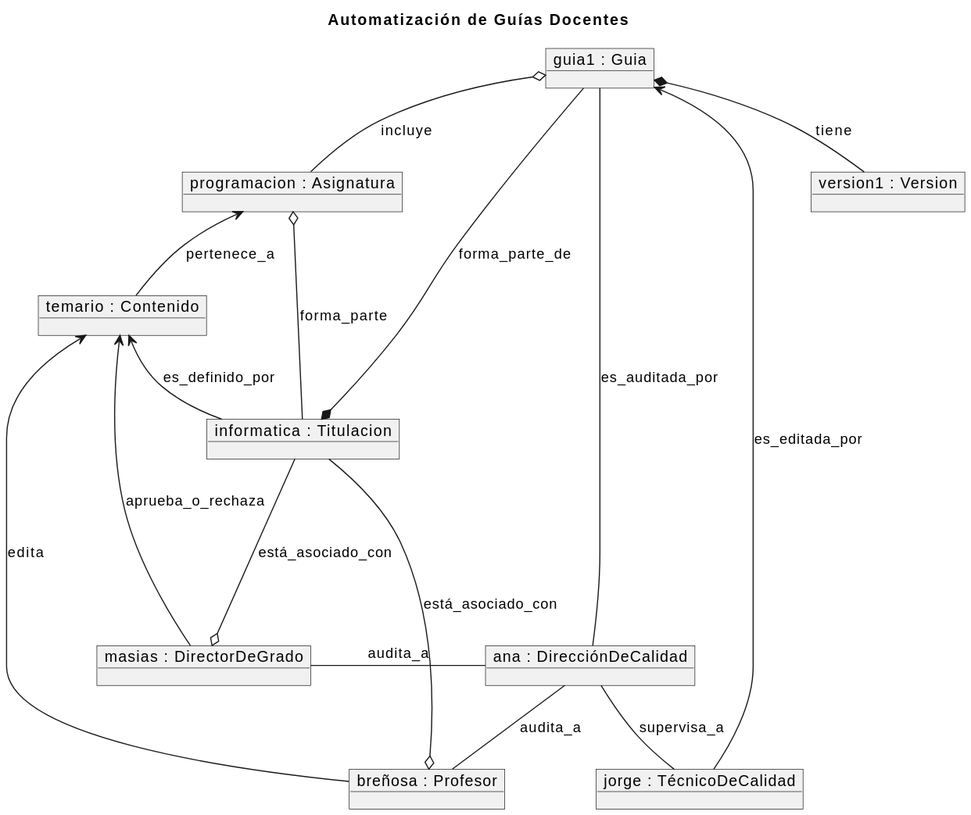
Before: images/modelosUML/DiagramaObjetos.svg, a diagram exported from PlantUML (mmasias/24-25-IdSw1-SDR). The source it was exported from:
```plantuml
@startuml
title Automatización de Guías Docentes

object "guia1 : Guia" as guia1
object "ana : DirecciónDeCalidad" as ana
object "jorge : TécnicoDeCalidad" as jorge
object "breñosa : Profesor" as breñosa
object "masias : DirectorDeGrado" as masias
object "temario : Contenido" as temario
object "informatica : Titulacion" as informatica
object "programacion : Asignatura" as programacion
object "version1 : Version" as version1

guia1 --* informatica : "forma_parte_de"
guia1 o-- programacion : "incluye"

programacion <-down- temario : "pertenece_a"
programacion o-down- informatica : "forma_parte"

guia1 -down- ana : "es_auditada_por"
guia1 <-down- jorge : "es_editada_por"
guia1 *-down- version1 : "tiene"

temario <-- informatica : "es_definido_por"

ana -- jorge : "supervisa_a"
ana -- breñosa : "audita_a"
ana -l-- masias : "audita_a"

breñosa o-up-- informatica : "está_asociado_con"
masias o-up-- informatica : "está_asociado_con"

temario <- masias : "aprueba_o_rechaza"
temario <-- breñosa : "edita"
@enduml
```
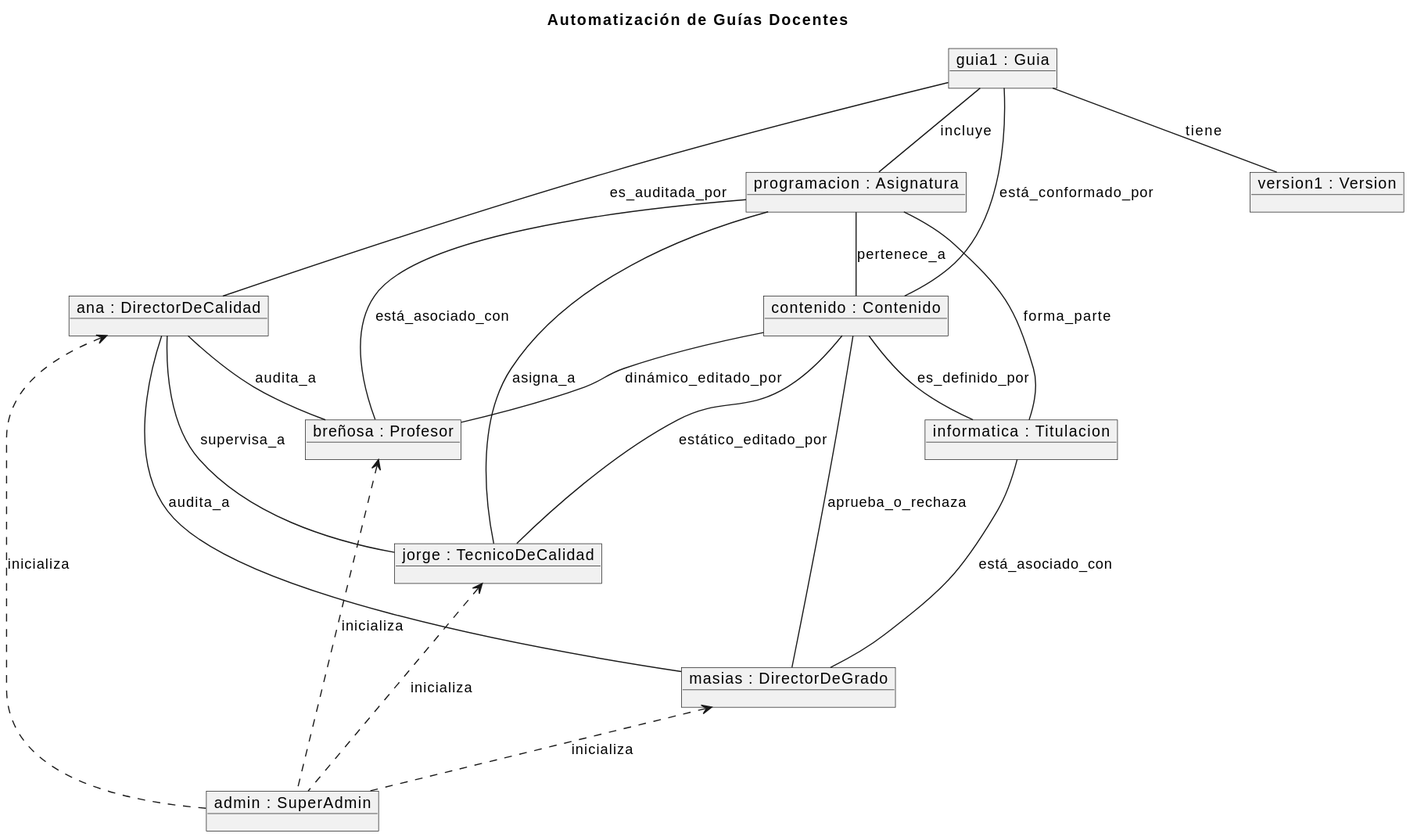
After the commit.

Commit message:
cambio en diagrama de objetos

Diff of the diagram source:
```diff
@@ -2,34 +2,40 @@
 title Automatización de Guías Docentes
 
 object "guia1 : Guia" as guia1
-object "ana : DirecciónDeCalidad" as ana
-object "jorge : TécnicoDeCalidad" as jorge
+object "ana : DirectorDeCalidad" as ana
+object "jorge : TecnicoDeCalidad" as jorge
 object "breñosa : Profesor" as breñosa
 object "masias : DirectorDeGrado" as masias
-object "temario : Contenido" as temario
+object "contenido : Contenido" as contenido
 object "informatica : Titulacion" as informatica
 object "programacion : Asignatura" as programacion
 object "version1 : Version" as version1
+object "admin : SuperAdmin" as admin
 
-guia1 --* informatica : "forma_parte_de"
-guia1 o-- programacion : "incluye"
+guia1 -- programacion : "incluye"
 
-programacion <-down- temario : "pertenece_a"
-programacion o-down- informatica : "forma_parte"
-
-guia1 -down- ana : "es_auditada_por"
-guia1 <-down- jorge : "es_editada_por"
-guia1 *-down- version1 : "tiene"
-
-temario <-- informatica : "es_definido_por"
+programacion -down- contenido : "pertenece_a"
+programacion -down- informatica : "forma_parte"
+programacion -down- jorge : "asigna_a"
+programacion -down- breñosa : está_asociado_con
 
 ana -- jorge : "supervisa_a"
 ana -- breñosa : "audita_a"
-ana -l-- masias : "audita_a"
+ana -- masias : "audita_a"
 
-breñosa o-up-- informatica : "está_asociado_con"
-masias o-up-- informatica : "está_asociado_con"
+guia1 -down- ana : "es_auditada_por"
+guia1 -down- version1 : "tiene"
 
-temario <- masias : "aprueba_o_rechaza"
-temario <-- breñosa : "edita"
+contenido -- informatica : "es_definido_por"
+contenido - masias : "aprueba_o_rechaza"
+contenido -- breñosa : "dinámico_editado_por"
+contenido -- jorge : "estático_editado_por"
+contenido -up- guia1 : "está_conformado_por"
+
+masias -up-- informatica : "está_asociado_con"
+
+admin .up.> breñosa : "inicializa"
+admin .up.> jorge : "inicializa"
+admin .up.> masias : "inicializa"
+admin .up.> ana : "inicializa"
 @enduml
```
